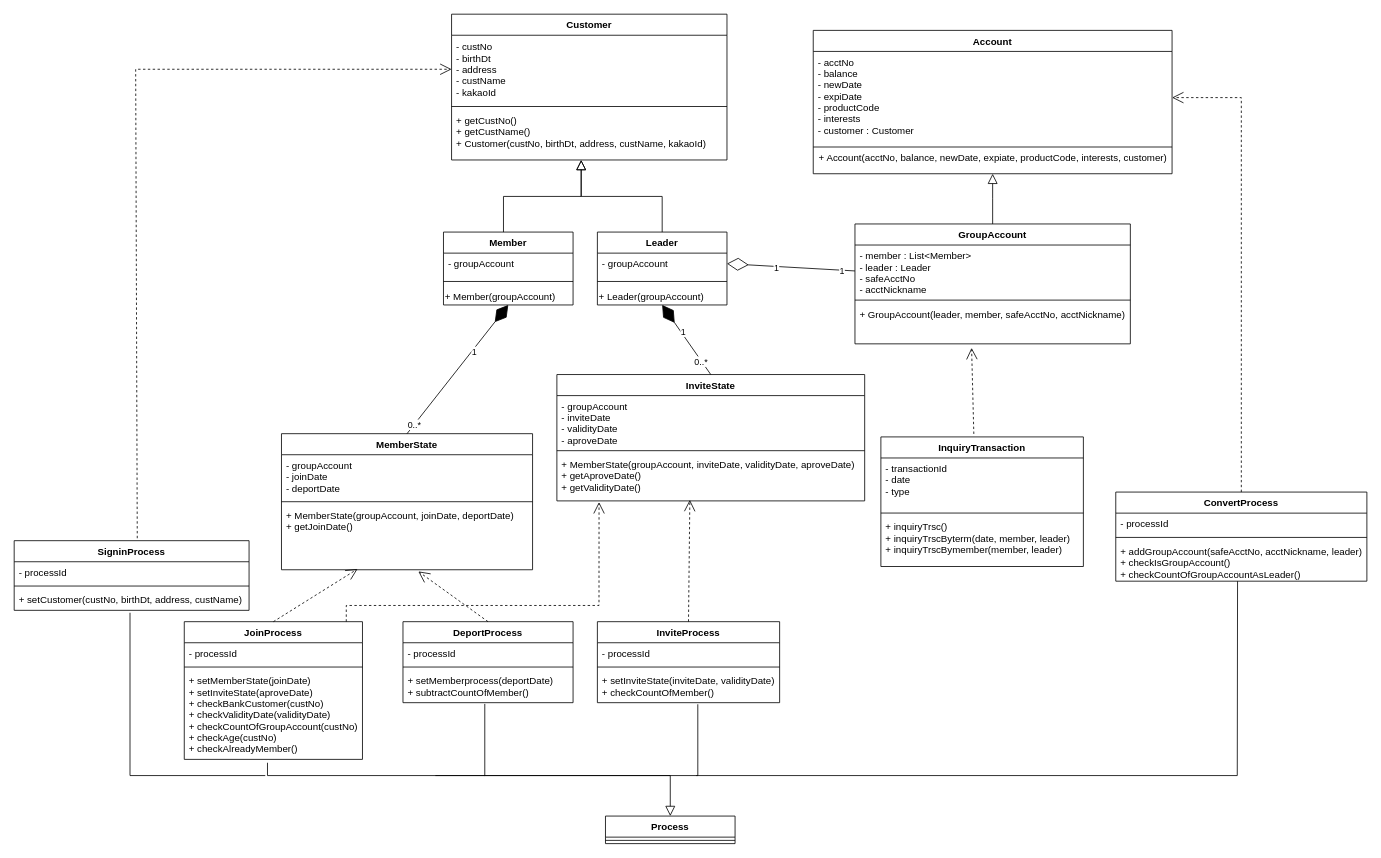
Above: Class Diagram.drawio in h22j2n/BeakJoon (draw.io), before the change. Source tidied: cells renumbered, new cells numbered last; positions are measured from the earlier drawing's top-left corner, leaving out a move shared by most shapes. Both pictures are drawn from the tidied source at 81%, with x=0, y=0 at pixel (14, 14).
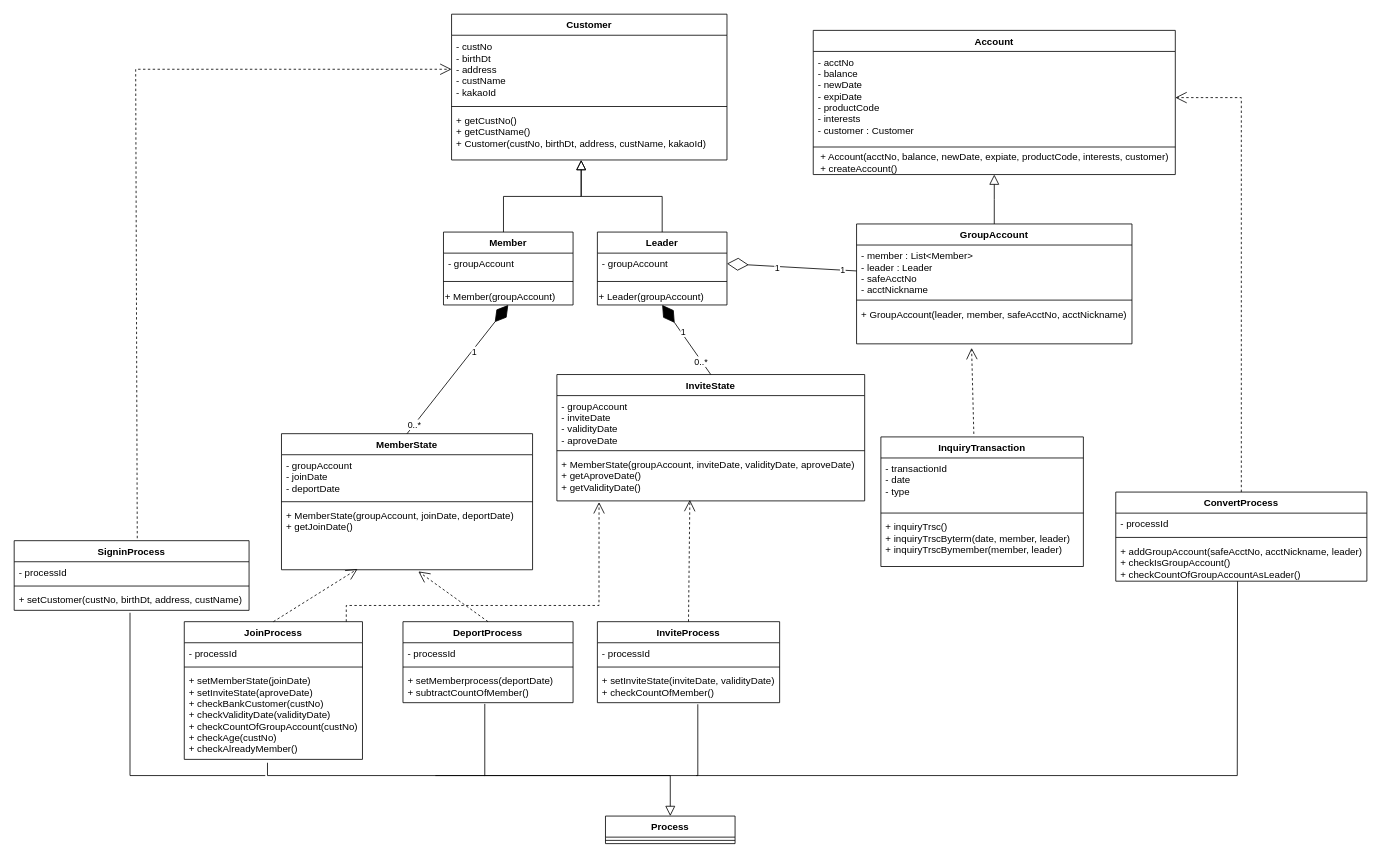
After the change.

What changed in the source:
```diff
@@
     <mxCell id="2" value="Account" style="swimlane;fontStyle=1;align=center;verticalAlign=top;horizontal=1;startSize=26;rounded=0;shadow=0;strokeWidth=1;" parent="1" vertex="1">
-      <mxGeometry x="986.5" y="20" width="443" height="177" as="geometry" />
+      <mxGeometry x="986.5" y="20" width="447" height="178" as="geometry" />
     </mxCell>
     <mxCell id="3" value="- acctNo&#10;- balance&#10;- newDate&#10;- expiDate&#10;- productCode&#10;- interests&#10;- customer : Customer" style="text;align=left;verticalAlign=top;spacingLeft=4;spacingRight=4;overflow=hidden;points=[[0,0.5],[1,0.5]];portConstraint=eastwest;" parent="2" vertex="1">
-      <mxGeometry y="26" width="443" height="114" as="geometry" />
+      <mxGeometry y="26" width="447" height="114" as="geometry" />
     </mxCell>
     <mxCell id="4" style="line;html=1;strokeWidth=1;align=left;verticalAlign=middle;spacingTop=-1;spacingLeft=3;spacingRight=3;labelPosition=right;" parent="2" vertex="1">
-      <mxGeometry y="140" width="443" height="8" as="geometry" />
+      <mxGeometry y="140" width="447" height="8" as="geometry" />
     </mxCell>
-    <mxCell id="5" value="+ Account(acctNo, balance, newDate, expiate, productCode, interests, customer)&lt;br&gt;" style="text;html=1;align=center;verticalAlign=middle;" parent="2" vertex="1">
-      <mxGeometry y="148" width="443" height="20" as="geometry" />
+    <mxCell id="5" value="&lt;div&gt;&lt;div&gt;&lt;div style=&quot;text-align: left&quot;&gt;+ Account(acctNo, balance, newDate, expiate, productCode, interests, customer)&lt;/div&gt;&lt;/div&gt;&lt;/div&gt;&lt;div style=&quot;text-align: left&quot;&gt;+ createAccount()&lt;/div&gt;" style="text;html=1;align=center;verticalAlign=middle;" parent="2" vertex="1">
+      <mxGeometry y="148" width="447" height="30" as="geometry" />
     </mxCell>
@@
     <mxCell id="7" value="GroupAccount" style="swimlane;fontStyle=1;align=center;verticalAlign=top;horizontal=1;startSize=26;" parent="1" vertex="1">
-      <mxGeometry x="1038" y="259" width="340" height="148" as="geometry" />
+      <mxGeometry x="1040" y="259" width="340" height="148" as="geometry" />
     </mxCell>
```
